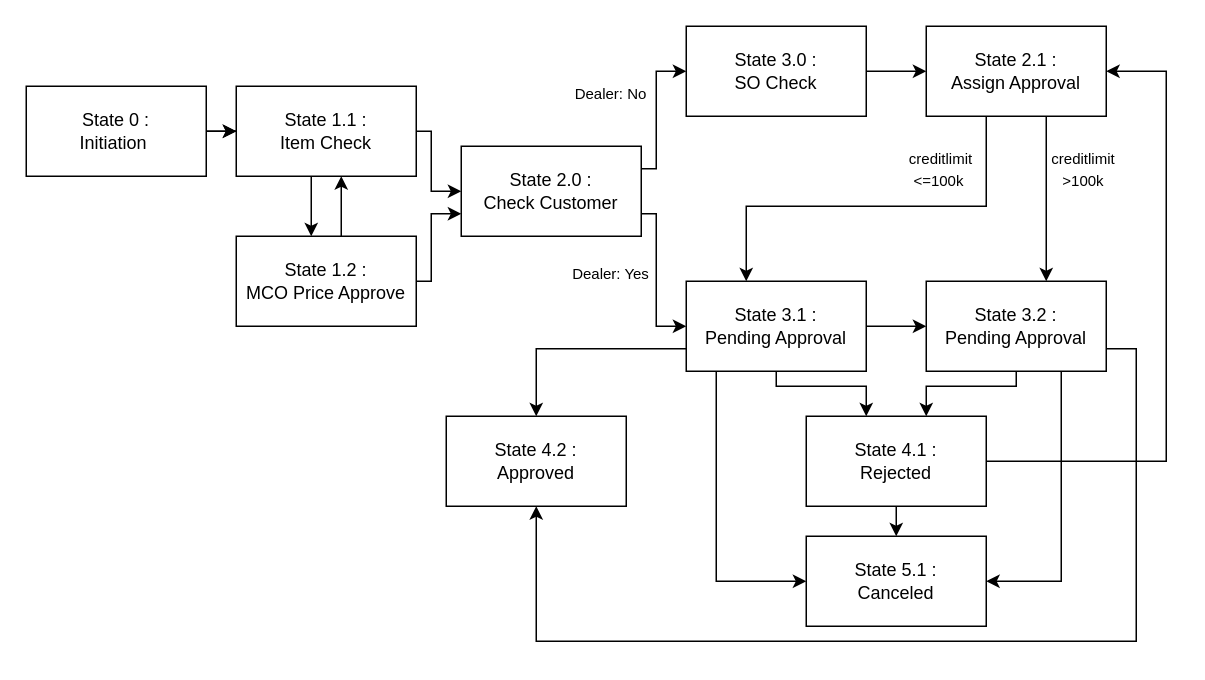
Before: documentation/build/Flowchart.drawio in mstechgeek/AdminLTE, a draw.io diagram. Source tidied: cells renumbered, new cells numbered last; positions are measured from the earlier drawing's top-left corner, leaving out a move shared by most shapes. Both pictures are drawn from the tidied source at 150%, with x=0, y=0 at pixel (26, 26).
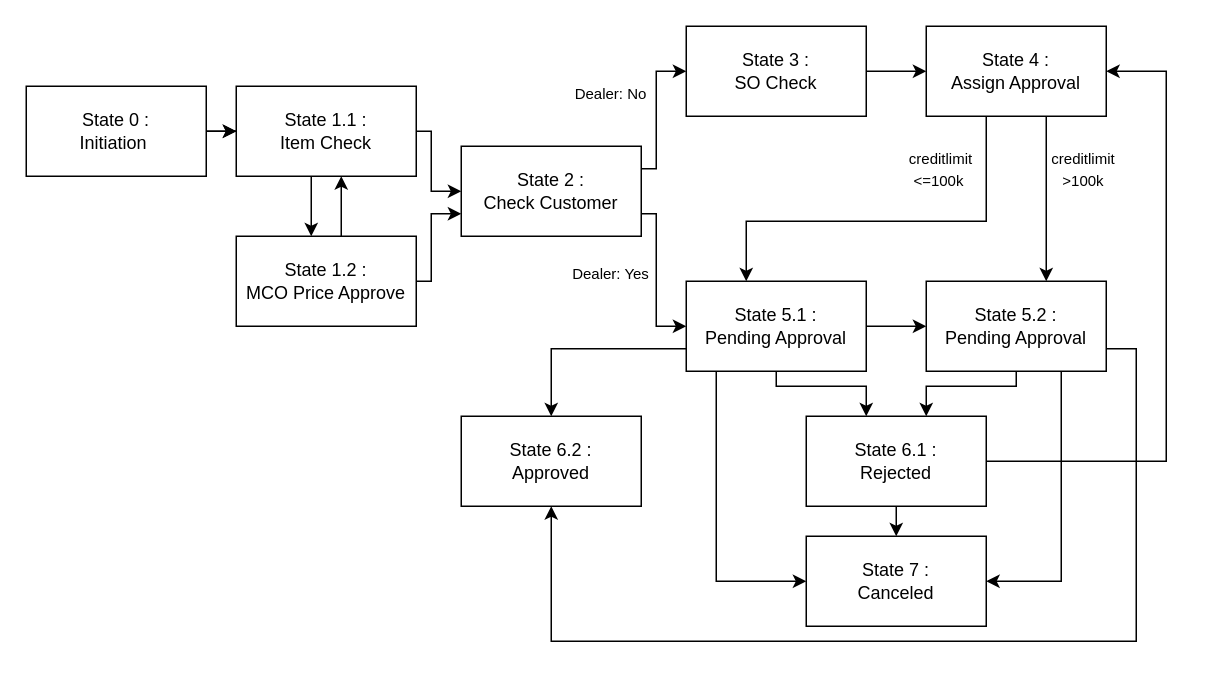
The same diagram, later.

The edit, as a diff of the source:
```diff
@@
-    <mxCell id="11" value="State 2.0 : &lt;br&gt;Check Customer" style="rounded=0;whiteSpace=wrap;html=1;" parent="1" vertex="1">
+    <mxCell id="11" value="State 2 : &lt;br&gt;Check Customer" style="rounded=0;whiteSpace=wrap;html=1;" parent="1" vertex="1">
       <mxGeometry x="290" y="80" width="120" height="60" as="geometry" />
     </mxCell>
@@
-    <mxCell id="13" value="State 3.0 : &lt;br&gt;SO Check" style="rounded=0;whiteSpace=wrap;html=1;" parent="1" vertex="1">
+    <mxCell id="13" value="State 3 : &lt;br&gt;SO Check" style="rounded=0;whiteSpace=wrap;html=1;" parent="1" vertex="1">
       <mxGeometry x="440" width="120" height="60" as="geometry" />
     </mxCell>
@@
     <mxCell id="16" style="edgeStyle=orthogonalEdgeStyle;rounded=0;jettySize=auto;html=1;exitX=0.25;exitY=1;exitDx=0;exitDy=0;" parent="1" edge="1" source="18" target="23">
       <mxGeometry relative="1" as="geometry">
         <Array as="points">
           <mxPoint x="640" y="60" />
-          <mxPoint x="640" y="120" />
-          <mxPoint x="480" y="120" />
+          <mxPoint x="640" y="130" />
+          <mxPoint x="480" y="130" />
         </Array>
       </mxGeometry>
     </mxCell>
@@
-    <mxCell id="18" value="State 2.1 : &lt;br&gt;Assign Approval" style="rounded=0;whiteSpace=wrap;html=1;" parent="1" vertex="1">
+    <mxCell id="18" value="State 4 : &lt;br&gt;Assign Approval" style="rounded=0;whiteSpace=wrap;html=1;" parent="1" vertex="1">
       <mxGeometry x="600" width="120" height="60" as="geometry" />
     </mxCell>
@@
-    <mxCell id="23" value="State 3.1 : &lt;br&gt;Pending Approval" style="whiteSpace=wrap;html=1;rounded=0;" parent="1" vertex="1">
+    <mxCell id="23" value="State 5.1 : &lt;br&gt;Pending Approval" style="whiteSpace=wrap;html=1;rounded=0;" parent="1" vertex="1">
       <mxGeometry x="440" y="170" width="120" height="60" as="geometry" />
     </mxCell>
@@
     <mxCell id="26" style="edgeStyle=orthogonalEdgeStyle;rounded=0;jettySize=auto;html=1;entryX=0.5;entryY=1;entryDx=0;entryDy=0;exitX=1;exitY=0.75;exitDx=0;exitDy=0;" parent="1" edge="1" source="27" target="36">
       <mxGeometry relative="1" as="geometry">
         <Array as="points">
           <mxPoint x="740" y="215" />
           <mxPoint x="740" y="410" />
-          <mxPoint x="340" y="410" />
+          <mxPoint x="350" y="410" />
         </Array>
       </mxGeometry>
     </mxCell>
-    <mxCell id="27" value="State 3.2 : &lt;br&gt;Pending Approval" style="whiteSpace=wrap;html=1;rounded=0;" parent="1" vertex="1">
+    <mxCell id="27" value="State 5.2 : &lt;br&gt;Pending Approval" style="whiteSpace=wrap;html=1;rounded=0;" parent="1" vertex="1">
       <mxGeometry x="600" y="170" width="120" height="60" as="geometry" />
     </mxCell>
@@
-    <mxCell id="34" value="&lt;span&gt;State 4.1 : &lt;br&gt;Rejected&lt;/span&gt;" style="rounded=0;whiteSpace=wrap;html=1;" parent="1" vertex="1">
+    <mxCell id="34" value="&lt;span&gt;State 6.1 : &lt;br&gt;Rejected&lt;/span&gt;" style="rounded=0;whiteSpace=wrap;html=1;" parent="1" vertex="1">
       <mxGeometry x="520" y="260" width="120" height="60" as="geometry" />
     </mxCell>
-    <mxCell id="35" value="&lt;span&gt;State 5.1 : &lt;br&gt;Canceled&lt;br&gt;&lt;/span&gt;" style="rounded=0;whiteSpace=wrap;html=1;" parent="1" vertex="1">
+    <mxCell id="35" value="&lt;span&gt;State 7 : &lt;br&gt;Canceled&lt;br&gt;&lt;/span&gt;" style="rounded=0;whiteSpace=wrap;html=1;" parent="1" vertex="1">
       <mxGeometry x="520" y="340" width="120" height="60" as="geometry" />
     </mxCell>
-    <mxCell id="36" value="&lt;span&gt;State 4.2 : &lt;br&gt;Approved&lt;br&gt;&lt;/span&gt;" style="rounded=0;whiteSpace=wrap;html=1;" parent="1" vertex="1">
-      <mxGeometry x="280" y="260" width="120" height="60" as="geometry" />
+    <mxCell id="36" value="&lt;span&gt;State 6.2 : &lt;br&gt;Approved&lt;br&gt;&lt;/span&gt;" style="rounded=0;whiteSpace=wrap;html=1;" parent="1" vertex="1">
+      <mxGeometry x="290" y="260" width="120" height="60" as="geometry" />
     </mxCell>
```
